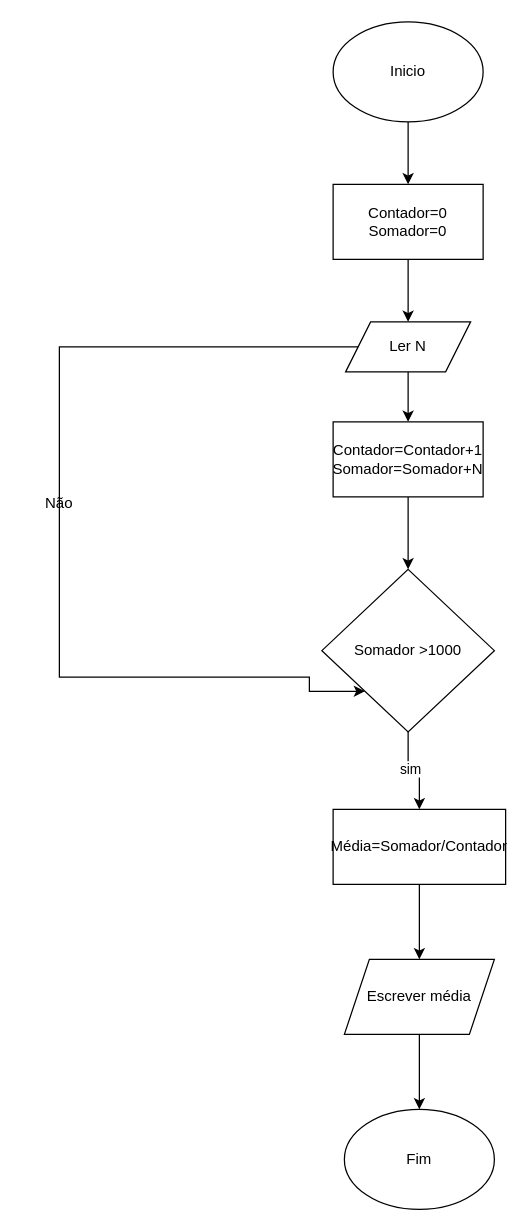
Before: flux5.drawio in matheuslachaves/Fluxogramas, a draw.io diagram. Source tidied: cells renumbered, new cells numbered last; positions are measured from the earlier drawing's top-left corner, leaving out a move shared by most shapes. Both pictures are drawn from the tidied source at 125%, with x=0, y=0 at pixel (21, 21).
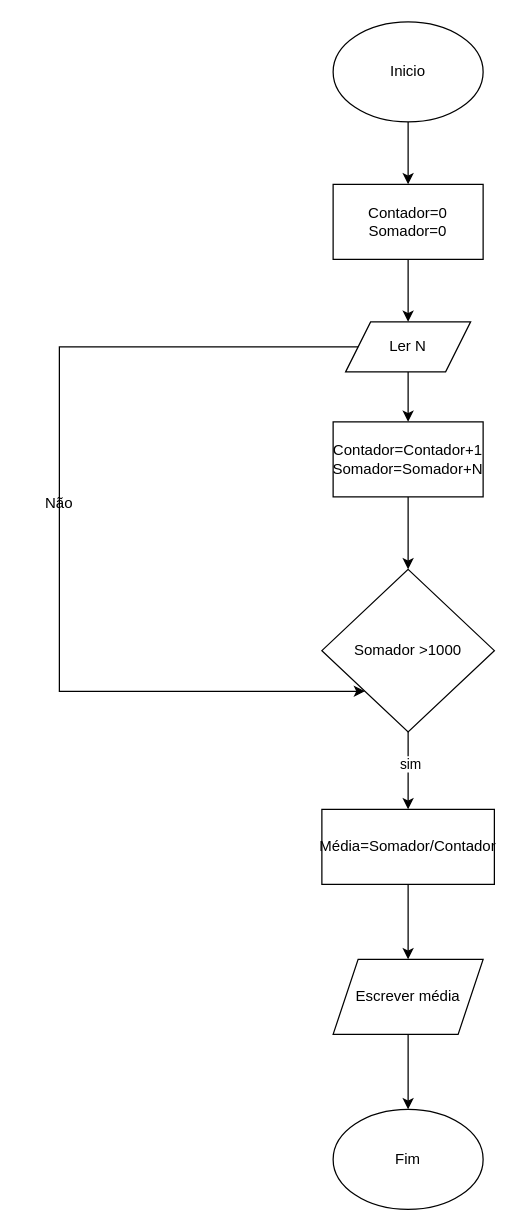
After the change.

Unchanged cells that the change refers to:
```xml
<mxCell id="5" value="Ler N" style="shape=parallelogram;perimeter=parallelogramPerimeter;whiteSpace=wrap;html=1;shapeInside=1;fixedSize=1;" parent="1" vertex="1">
  <mxGeometry x="259" y="240" width="100" height="40" as="geometry" />
</mxCell>
<mxCell id="9" value="Somador &amp;gt;1000" style="rhombus;whiteSpace=wrap;html=1;shapeInside=1;" parent="1" vertex="1">
  <mxGeometry x="240" y="438" width="138" height="130" as="geometry" />
</mxCell>
```

The edit, as a diff of the source:
```diff
@@
     <mxCell id="6" value="Fim" style="ellipse;whiteSpace=wrap;html=1;shapeInside=1;" parent="1" vertex="1">
-      <mxGeometry x="258" y="870" width="120" height="80" as="geometry" />
+      <mxGeometry x="249" y="870" width="120" height="80" as="geometry" />
     </mxCell>
@@
     <mxCell id="15" value="Média=Somador/Contador" style="rounded=0;whiteSpace=wrap;html=1;" parent="1" vertex="1">
-      <mxGeometry x="249" y="630" width="138" height="60" as="geometry" />
+      <mxGeometry x="240" y="630" width="138" height="60" as="geometry" />
     </mxCell>
-    <mxCell id="16" style="edgeStyle=orthogonalEdgeStyle;rounded=0;jettySize=auto;html=1;" parent="1" edge="1" source="17" target="6">
-      <mxGeometry relative="1" as="geometry" />
+    <mxCell id="16" style="edgeStyle=orthogonalEdgeStyle;rounded=0;jettySize=auto;html=1;" parent="1" edge="1" source="17">
+      <mxGeometry relative="1" as="geometry">
+        <mxPoint x="309" y="870" as="targetPoint" />
+      </mxGeometry>
     </mxCell>
     <mxCell id="17" value="Escrever média" style="shape=parallelogram;perimeter=parallelogramPerimeter;whiteSpace=wrap;html=1;shapeInside=1;fixedSize=1;" parent="1" vertex="1">
-      <mxGeometry x="258" y="750" width="120" height="60" as="geometry" />
+      <mxGeometry x="249" y="750" width="120" height="60" as="geometry" />
     </mxCell>
     <mxCell id="18" style="edgeStyle=orthogonalEdgeStyle;rounded=0;jettySize=auto;html=1;entryX=0;entryY=1;entryDx=0;entryDy=0;" parent="1" edge="1" source="5" target="9">
       <mxGeometry relative="1" as="geometry">
         <Array as="points">
           <mxPoint x="30" y="260" />
-          <mxPoint x="30" y="524.1" />
-          <mxPoint x="230" y="524.1" />
-          <mxPoint x="230" y="535.5" />
+          <mxPoint x="30" y="535.5" />
         </Array>
       </mxGeometry>
     </mxCell>
```
